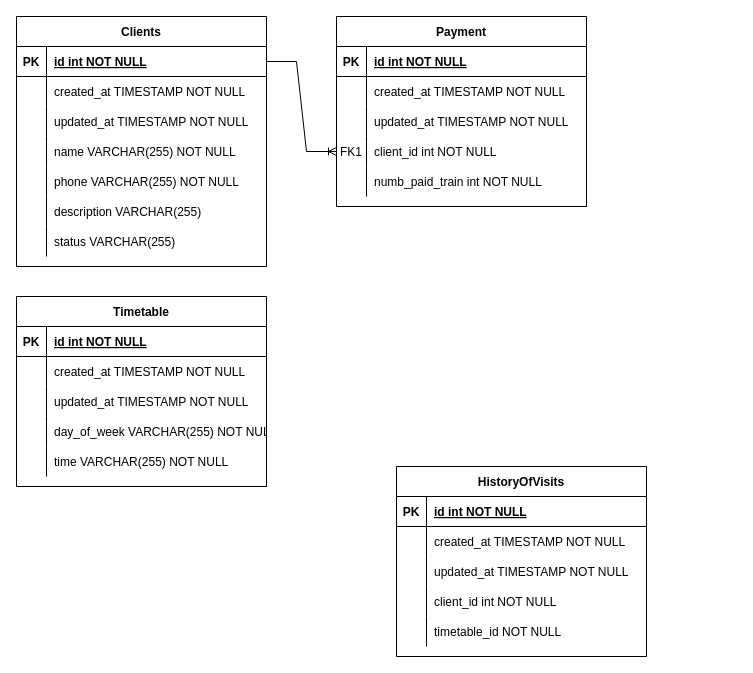
This is Диаграмма без названия.drawio from Kaptollika3d/telegramBot, a draw.io file, before an edit. Source tidied: cells renumbered, new cells numbered last; positions are measured from the earlier drawing's top-left corner, leaving out a move shared by most shapes. Both pictures are drawn from the tidied source at 100%, with x=0, y=0 at pixel (16, 16).
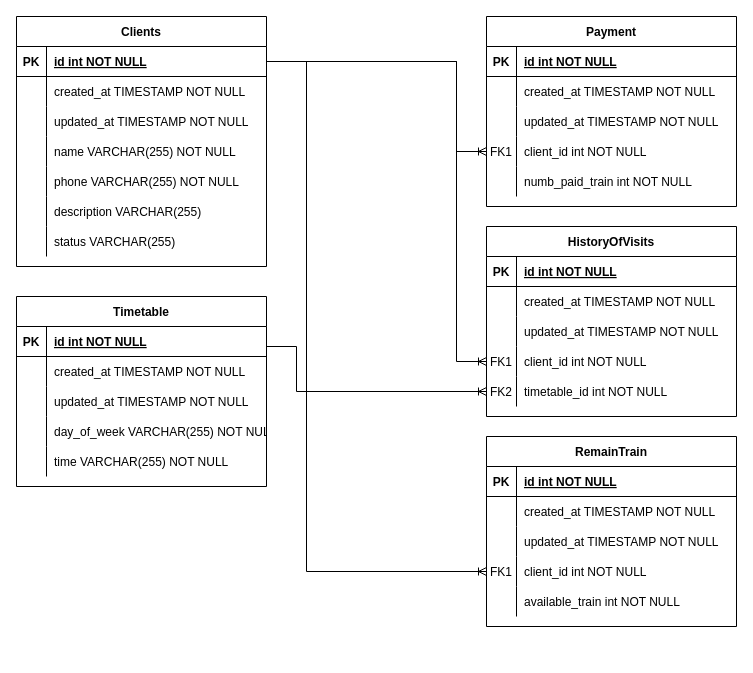
After the change.

Unchanged cells that the change refers to:
```xml
<mxCell id="12" style="shape=partialRectangle;fillColor=none;points=[[0,0.5],[1,0.5]];portConstraint=eastwest;top=0;left=0;right=0;bottom=0;" parent="2" vertex="1">
  <mxGeometry y="120" width="250" height="30" as="geometry" />
</mxCell>
<mxCell id="15" style="shape=partialRectangle;fillColor=none;points=[[0,0.5],[1,0.5]];portConstraint=eastwest;top=0;left=0;right=0;bottom=0;" parent="2" vertex="1">
  <mxGeometry y="150" width="250" height="30" as="geometry" />
</mxCell>
<mxCell id="19" style="shape=partialRectangle;fillColor=none;points=[[0,0.5],[1,0.5]];portConstraint=eastwest;top=0;left=0;right=0;bottom=1;" parent="18" vertex="1">
  <mxGeometry y="30" width="250" height="30" as="geometry" />
</mxCell>
<mxCell id="50" style="shape=partialRectangle;fillColor=none;points=[[0,0.5],[1,0.5]];portConstraint=eastwest;top=0;left=0;right=0;bottom=0;" parent="40" vertex="1">
  <mxGeometry y="120" width="250" height="30" as="geometry" />
</mxCell>
```

What changed in the source:
```diff
@@
     <mxCell id="2" value="HistoryOfVisits" style="shape=table;startSize=30;childLayout=tableLayout;rowLines=0;fontStyle=1;align=center;" parent="1" vertex="1">
-      <mxGeometry x="380" y="450" width="250" height="190" as="geometry" />
+      <mxGeometry x="470" y="210" width="250" height="190" as="geometry" />
     </mxCell>
@@
-    <mxCell id="13" style="shape=partialRectangle;overflow=hidden;fillColor=none;top=0;left=0;bottom=0;right=0;" parent="12" vertex="1">
+    <mxCell id="13" value="FK1" style="shape=partialRectangle;overflow=hidden;fillColor=none;top=0;left=0;bottom=0;right=0;" parent="12" vertex="1">
       <mxGeometry width="30" height="30" as="geometry" />
     </mxCell>
@@
-    <mxCell id="16" style="shape=partialRectangle;overflow=hidden;fillColor=none;top=0;left=0;bottom=0;right=0;" parent="15" vertex="1">
+    <mxCell id="16" value="FK2" style="shape=partialRectangle;overflow=hidden;fillColor=none;top=0;left=0;bottom=0;right=0;" parent="15" vertex="1">
       <mxGeometry width="30" height="30" as="geometry" />
     </mxCell>
-    <mxCell id="17" value="timetable_id NOT NULL" style="shape=partialRectangle;overflow=hidden;fillColor=none;top=0;left=0;bottom=0;right=0;align=left;spacingLeft=6;" parent="15" vertex="1">
+    <mxCell id="17" value="timetable_id int NOT NULL" style="shape=partialRectangle;overflow=hidden;fillColor=none;top=0;left=0;bottom=0;right=0;align=left;spacingLeft=6;" parent="15" vertex="1">
       <mxGeometry x="30" width="220" height="30" as="geometry" />
     </mxCell>
@@
     <mxCell id="40" value="Paуment" style="shape=table;startSize=30;childLayout=tableLayout;rowLines=0;fontStyle=1;align=center;" parent="1" vertex="1">
-      <mxGeometry x="320" width="250" height="190" as="geometry" />
+      <mxGeometry x="470" width="250" height="190" as="geometry" />
     </mxCell>
@@
-    <mxCell id="56" style="edgeStyle=entityRelationEdgeStyle;fontSize=12;html=1;endArrow=ERoneToMany;rounded=0;exitX=1;exitY=0.5;exitDx=0;exitDy=0;entryX=0;entryY=0.5;entryDx=0;entryDy=0;" parent="1" edge="1" source="19" target="50">
-      <mxGeometry relative="1" as="geometry" />
+    <mxCell id="56" style="edgeStyle=orthogonalEdgeStyle;fontSize=12;html=1;endArrow=ERoneToMany;rounded=0;exitX=1;exitY=0.5;exitDx=0;exitDy=0;entryX=0;entryY=0.5;entryDx=0;entryDy=0;" parent="1" edge="1" source="19" target="50">
+      <mxGeometry relative="1" as="geometry">
+        <Array as="points">
+          <mxPoint x="440" y="45" />
+          <mxPoint x="440" y="135" />
+        </Array>
+      </mxGeometry>
     </mxCell>
@@
+    <mxCell id="73" style="edgeStyle=orthogonalEdgeStyle;fontSize=12;html=1;endArrow=ERoneToMany;rounded=0;entryX=0;entryY=0.5;entryDx=0;entryDy=0;" parent="1" edge="1" target="15">
+      <mxGeometry relative="1" as="geometry">
+        <mxPoint x="250" y="330" as="sourcePoint" />
+        <Array as="points">
+          <mxPoint x="280" y="330" />
+          <mxPoint x="280" y="375" />
+        </Array>
+      </mxGeometry>
+    </mxCell>
+    <mxCell id="74" style="edgeStyle=orthogonalEdgeStyle;fontSize=12;html=1;endArrow=ERoneToMany;rounded=0;exitX=1;exitY=0.5;exitDx=0;exitDy=0;entryX=0;entryY=0.5;entryDx=0;entryDy=0;elbow=vertical;" parent="1" edge="1" source="19" target="12">
+      <mxGeometry relative="1" as="geometry">
+        <Array as="points">
+          <mxPoint x="440" y="45" />
+          <mxPoint x="440" y="345" />
+        </Array>
+      </mxGeometry>
+    </mxCell>
+    <mxCell id="75" value="RemainTrain" style="shape=table;startSize=30;childLayout=tableLayout;rowLines=0;fontStyle=1;align=center;" parent="1" vertex="1">
+      <mxGeometry x="470" y="420" width="250" height="190" as="geometry" />
+    </mxCell>
+    <mxCell id="76" style="shape=partialRectangle;fillColor=none;top=0;left=0;right=0;bottom=1;" parent="75" vertex="1">
+      <mxGeometry y="30" width="250" height="30" as="geometry" />
+    </mxCell>
+    <mxCell id="77" value="PK" style="shape=partialRectangle;overflow=hidden;fillColor=none;top=0;left=0;bottom=0;right=0;fontStyle=1;" parent="76" vertex="1">
+      <mxGeometry width="30" height="30" as="geometry" />
+    </mxCell>
+    <mxCell id="78" value="id int NOT NULL " style="shape=partialRectangle;overflow=hidden;fillColor=none;top=0;left=0;bottom=0;right=0;align=left;spacingLeft=6;fontStyle=5;" parent="76" vertex="1">
+      <mxGeometry x="30" width="220" height="30" as="geometry" />
+    </mxCell>
+    <mxCell id="79" style="shape=partialRectangle;fillColor=none;top=0;left=0;right=0;bottom=0;" parent="75" vertex="1">
+      <mxGeometry y="60" width="250" height="30" as="geometry" />
+    </mxCell>
+    <mxCell id="80" style="shape=partialRectangle;overflow=hidden;fillColor=none;top=0;left=0;bottom=0;right=0;" parent="79" vertex="1">
+      <mxGeometry width="30" height="30" as="geometry" />
+    </mxCell>
+    <mxCell id="81" value="created_at TIMESTAMP NOT NULL" style="shape=partialRectangle;overflow=hidden;fillColor=none;top=0;left=0;bottom=0;right=0;align=left;spacingLeft=6;" parent="79" vertex="1">
+      <mxGeometry x="30" width="220" height="30" as="geometry" />
+    </mxCell>
+    <mxCell id="82" style="shape=partialRectangle;fillColor=none;top=0;left=0;right=0;bottom=0;" parent="75" vertex="1">
+      <mxGeometry y="90" width="250" height="30" as="geometry" />
+    </mxCell>
+    <mxCell id="83" style="shape=partialRectangle;overflow=hidden;fillColor=none;top=0;left=0;bottom=0;right=0;" parent="82" vertex="1">
+      <mxGeometry width="30" height="30" as="geometry" />
+    </mxCell>
+    <mxCell id="84" value="updated_at TIMESTAMP NOT NULL" style="shape=partialRectangle;overflow=hidden;fillColor=none;top=0;left=0;bottom=0;right=0;align=left;spacingLeft=6;" parent="82" vertex="1">
+      <mxGeometry x="30" width="220" height="30" as="geometry" />
+    </mxCell>
+    <mxCell id="85" style="shape=partialRectangle;fillColor=none;points=[[0,0.5],[1,0.5]];portConstraint=eastwest;top=0;left=0;right=0;bottom=0;" parent="75" vertex="1">
+      <mxGeometry y="120" width="250" height="30" as="geometry" />
+    </mxCell>
+    <mxCell id="86" value="FK1" style="shape=partialRectangle;overflow=hidden;fillColor=none;top=0;left=0;bottom=0;right=0;" parent="85" vertex="1">
+      <mxGeometry width="30" height="30" as="geometry" />
+    </mxCell>
+    <mxCell id="87" value="client_id int NOT NULL" style="shape=partialRectangle;overflow=hidden;fillColor=none;top=0;left=0;bottom=0;right=0;align=left;spacingLeft=6;" parent="85" vertex="1">
+      <mxGeometry x="30" width="220" height="30" as="geometry" />
+    </mxCell>
+    <mxCell id="88" style="shape=partialRectangle;fillColor=none;top=0;left=0;right=0;bottom=0;" parent="75" vertex="1">
+      <mxGeometry y="150" width="250" height="30" as="geometry" />
+    </mxCell>
+    <mxCell id="89" style="shape=partialRectangle;overflow=hidden;fillColor=none;top=0;left=0;bottom=0;right=0;" parent="88" vertex="1">
+      <mxGeometry width="30" height="30" as="geometry" />
+    </mxCell>
+    <mxCell id="90" value="available_train int NOT NULL" style="shape=partialRectangle;overflow=hidden;fillColor=none;top=0;left=0;bottom=0;right=0;align=left;spacingLeft=6;" parent="88" vertex="1">
+      <mxGeometry x="30" width="220" height="30" as="geometry" />
+    </mxCell>
+    <mxCell id="91" style="edgeStyle=orthogonalEdgeStyle;fontSize=12;html=1;endArrow=ERoneToMany;rounded=0;elbow=vertical;exitX=1;exitY=0.5;exitDx=0;exitDy=0;entryX=0;entryY=0.5;entryDx=0;entryDy=0;" parent="1" edge="1" source="19" target="85">
+      <mxGeometry relative="1" as="geometry">
+        <Array as="points">
+          <mxPoint x="290" y="45" />
+          <mxPoint x="290" y="555" />
+        </Array>
+      </mxGeometry>
+    </mxCell>
```
